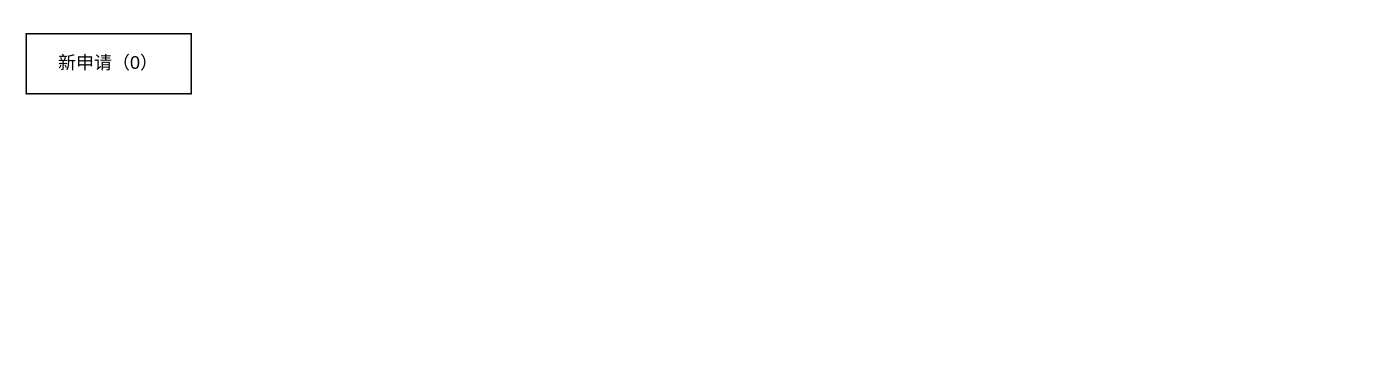
DongRuihua/draw keeps this draw.io diagram as 借据状态.drawio. Above is the earlier version. Source tidied: cells renumbered, new cells numbered last; positions are measured from the earlier drawing's top-left corner, leaving out a move shared by most shapes. Both pictures are drawn from the tidied source at 150%, with x=0, y=0 at pixel (26, 33).
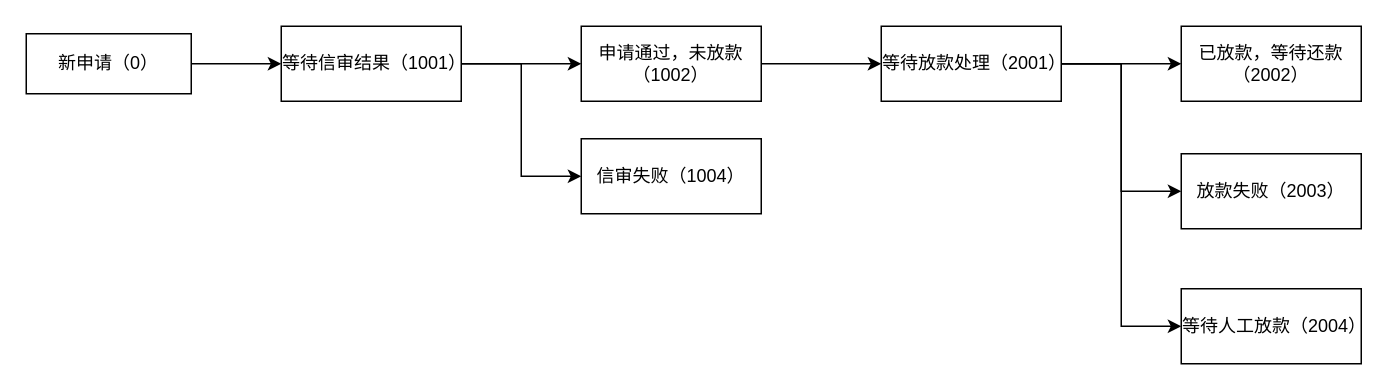
Above is the later version.

Commit message (it also covers changes not shown here):
更新借据状态.drawio

Change to the diagram source:
```diff
@@
 <mxGraphModel>
   <root>
     <mxCell id="0" />
     <mxCell id="1" parent="0" />
+    <mxCell id="3" style="edgeStyle=orthogonalEdgeStyle;rounded=0;jettySize=auto;html=1;fontSize=12;" parent="1" edge="1" source="2" target="6">
+      <mxGeometry relative="1" as="geometry" />
+    </mxCell>
-    <mxCell id="2" value="新申请（0）" style="rounded=0;whiteSpace=wrap;html=1;" parent="1" vertex="1">
+    <mxCell id="2" value="&lt;font style=&quot;font-size: 12px;&quot;&gt;新申请（0）&lt;/font&gt;" style="rounded=0;whiteSpace=wrap;html=1;" parent="1" vertex="1">
       <mxGeometry width="110" height="40" as="geometry" />
     </mxCell>
+    <mxCell id="4" style="edgeStyle=orthogonalEdgeStyle;rounded=0;jettySize=auto;html=1;fontSize=12;" parent="1" edge="1" source="6" target="8">
+      <mxGeometry relative="1" as="geometry" />
+    </mxCell>
+    <mxCell id="5" style="edgeStyle=orthogonalEdgeStyle;rounded=0;jettySize=auto;html=1;entryX=0;entryY=0.5;entryDx=0;entryDy=0;fontSize=12;" parent="1" edge="1" source="6" target="9">
+      <mxGeometry relative="1" as="geometry" />
+    </mxCell>
+    <mxCell id="6" value="等待信审结果（1001）" style="whiteSpace=wrap;html=1;rounded=0;" parent="1" vertex="1">
+      <mxGeometry x="170" y="-5" width="120" height="50" as="geometry" />
+    </mxCell>
+    <mxCell id="7" style="edgeStyle=orthogonalEdgeStyle;rounded=0;jettySize=auto;html=1;fontSize=12;" parent="1" edge="1" source="8" target="13">
+      <mxGeometry relative="1" as="geometry" />
+    </mxCell>
+    <mxCell id="8" value="申请通过，未放款（1002）" style="whiteSpace=wrap;html=1;rounded=0;" parent="1" vertex="1">
+      <mxGeometry x="370" y="-5" width="120" height="50" as="geometry" />
+    </mxCell>
+    <mxCell id="9" value="信审失败（1004）" style="whiteSpace=wrap;html=1;rounded=0;fontSize=12;" parent="1" vertex="1">
+      <mxGeometry x="370" y="70" width="120" height="50" as="geometry" />
+    </mxCell>
+    <mxCell id="10" style="edgeStyle=orthogonalEdgeStyle;rounded=0;jettySize=auto;html=1;fontSize=12;" parent="1" edge="1" source="13" target="14">
+      <mxGeometry relative="1" as="geometry" />
+    </mxCell>
+    <mxCell id="11" style="edgeStyle=orthogonalEdgeStyle;rounded=0;jettySize=auto;html=1;entryX=0;entryY=0.5;entryDx=0;entryDy=0;fontSize=12;" parent="1" edge="1" source="13" target="15">
+      <mxGeometry relative="1" as="geometry" />
+    </mxCell>
+    <mxCell id="12" style="edgeStyle=orthogonalEdgeStyle;rounded=0;jettySize=auto;html=1;entryX=0;entryY=0.5;entryDx=0;entryDy=0;fontSize=12;" parent="1" edge="1" source="13" target="16">
+      <mxGeometry relative="1" as="geometry" />
+    </mxCell>
+    <mxCell id="13" value="等待放款处理（2001）" style="whiteSpace=wrap;html=1;rounded=0;" parent="1" vertex="1">
+      <mxGeometry x="570" y="-5" width="120" height="50" as="geometry" />
+    </mxCell>
+    <mxCell id="14" value="已放款，等待还款（2002）" style="whiteSpace=wrap;html=1;rounded=0;" parent="1" vertex="1">
+      <mxGeometry x="770" y="-5" width="120" height="50" as="geometry" />
+    </mxCell>
+    <mxCell id="15" value="放款失败（2003）" style="whiteSpace=wrap;html=1;rounded=0;fontSize=12;" parent="1" vertex="1">
+      <mxGeometry x="770" y="80" width="120" height="50" as="geometry" />
+    </mxCell>
+    <mxCell id="16" value="等待人工放款（2004）" style="whiteSpace=wrap;html=1;rounded=0;fontSize=12;" parent="1" vertex="1">
+      <mxGeometry x="770" y="170" width="120" height="50" as="geometry" />
+    </mxCell>
   </root>
 </mxGraphModel>
```
